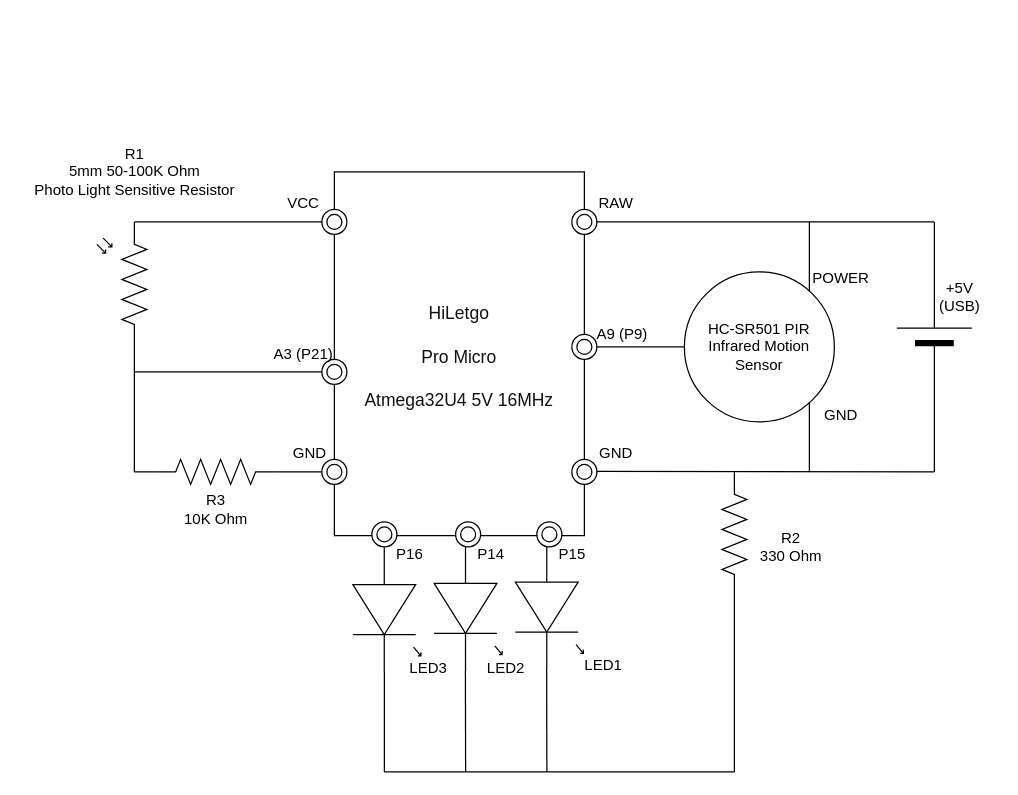
Before: docs/circuit-diagram.drawio in arabed/motion-night-light, a draw.io diagram. Source tidied: cells renumbered, new cells numbered last; positions are measured from the earlier drawing's top-left corner, leaving out a move shared by most shapes. Both pictures are drawn from the tidied source at 125%, with x=0, y=0 at pixel (21, 134).
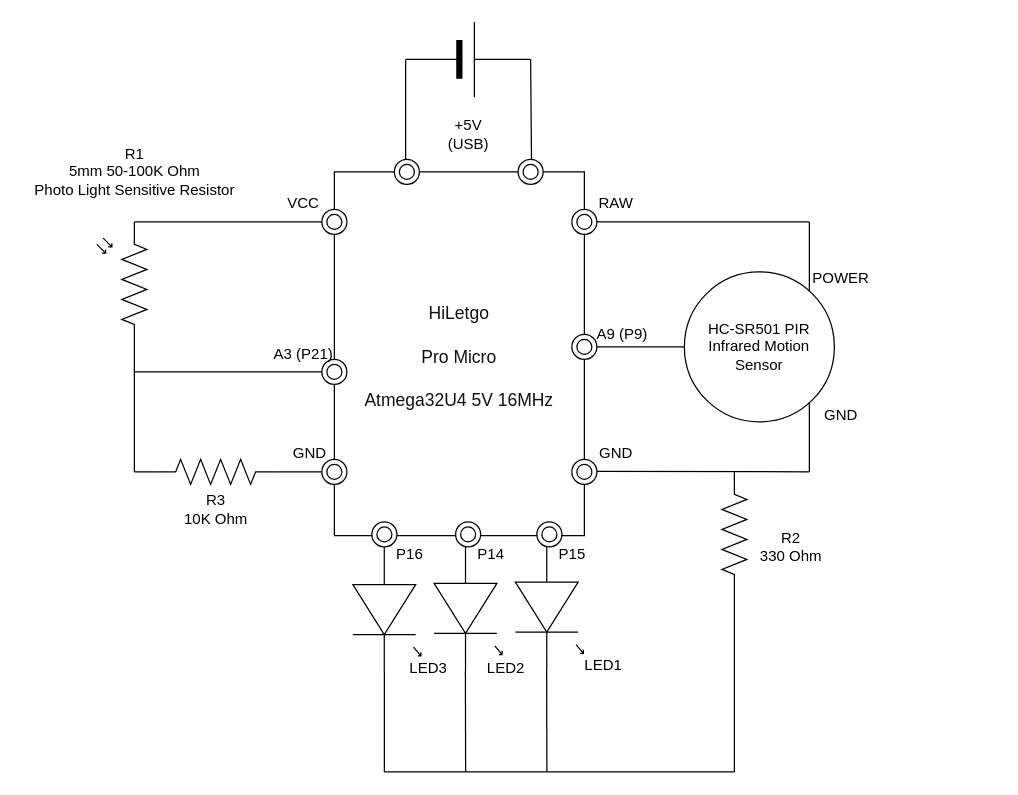
After the change.

Unchanged cells that the change refers to:
```xml
<mxCell id="3" value="&lt;h1 style=&quot;box-sizing: border-box; padding: 0px; margin-top: 0px; margin-right: 0px; margin-left: 0px; text-rendering: optimizelegibility; font-weight: 400; color: rgb(15, 17, 17); background-color: rgb(255, 255, 255); margin-bottom: 0px !important; line-height: 32px !important;&quot; class=&quot;a-size-large a-spacing-none&quot;&gt;&lt;span style=&quot;box-sizing: border-box; text-rendering: optimizelegibility; word-break: break-word; line-height: 32px !important;&quot; class=&quot;a-size-large product-title-word-break&quot; id=&quot;productTitle&quot;&gt;&lt;font style=&quot;font-size: 14px;&quot; face=&quot;Helvetica&quot;&gt;HiLetgo&lt;/font&gt;&lt;/span&gt;&lt;/h1&gt;&lt;h1 style=&quot;box-sizing: border-box; padding: 0px; margin-top: 0px; margin-right: 0px; margin-left: 0px; text-rendering: optimizelegibility; font-weight: 400; color: rgb(15, 17, 17); background-color: rgb(255, 255, 255); margin-bottom: 0px !important; line-height: 32px !important;&quot; class=&quot;a-size-large a-spacing-none&quot;&gt;&lt;span style=&quot;box-sizing: border-box; text-rendering: optimizelegibility; word-break: break-word; line-height: 32px !important;&quot; class=&quot;a-size-large product-title-word-break&quot;&gt;&lt;font style=&quot;font-size: 14px;&quot; face=&quot;Helvetica&quot;&gt;Pro Micro&lt;/font&gt;&lt;/span&gt;&lt;/h1&gt;&lt;h1 style=&quot;box-sizing: border-box; padding: 0px; margin-top: 0px; margin-right: 0px; margin-left: 0px; text-rendering: optimizelegibility; font-weight: 400; color: rgb(15, 17, 17); background-color: rgb(255, 255, 255); margin-bottom: 0px !important; line-height: 32px !important;&quot; class=&quot;a-size-large a-spacing-none&quot;&gt;&lt;span style=&quot;box-sizing: border-box; text-rendering: optimizelegibility; word-break: break-word; line-height: 32px !important;&quot; class=&quot;a-size-large product-title-word-break&quot;&gt;&lt;font style=&quot;font-size: 14px;&quot; face=&quot;Helvetica&quot;&gt;Atmega32U4 5V 16MHz&lt;/font&gt;&lt;/span&gt;&lt;/h1&gt;" style="rounded=0;whiteSpace=wrap;html=1;align=center;" parent="1" vertex="1">
  <mxGeometry x="250" y="30" width="200" height="291" as="geometry" />
</mxCell>
```

Diff of the diagram source:
```diff
@@
-    <mxCell id="4" style="verticalLabelPosition=bottom;shadow=0;dashed=0;align=center;fillColor=#000000;html=1;verticalAlign=top;strokeWidth=1;shape=mxgraph.electrical.miscellaneous.monocell_battery;rounded=1;comic=0;labelBackgroundColor=none;fontFamily=Verdana;fontSize=12;rotation=-90;" parent="1" vertex="1">
-      <mxGeometry x="680" y="130" width="100" height="60" as="geometry" />
+    <mxCell id="4" style="verticalLabelPosition=bottom;shadow=0;dashed=0;align=center;fillColor=#000000;html=1;verticalAlign=top;strokeWidth=1;shape=mxgraph.electrical.miscellaneous.monocell_battery;rounded=1;comic=0;labelBackgroundColor=none;fontFamily=Verdana;fontSize=12;rotation=0;" parent="1" vertex="1">
+      <mxGeometry x="307" y="-90" width="100" height="60" as="geometry" />
     </mxCell>
@@
     <mxCell id="6" style="endArrow=none;html=1;rounded=0;" parent="1" edge="1">
       <mxGeometry relative="1" as="geometry">
         <mxPoint x="452" y="70" as="sourcePoint" />
-        <mxPoint x="730" y="70" as="targetPoint" />
+        <mxPoint x="630" y="70" as="targetPoint" />
       </mxGeometry>
     </mxCell>
@@
-    <mxCell id="8" style="endArrow=none;html=1;rounded=0;" parent="1" edge="1" source="4">
-      <mxGeometry relative="1" as="geometry">
-        <mxPoint x="730" y="70" as="targetPoint" />
-      </mxGeometry>
-    </mxCell>
@@
-    <mxCell id="11" style="endArrow=none;html=1;rounded=0;entryX=0;entryY=0.5;entryDx=0;entryDy=0;entryPerimeter=0;" parent="1" edge="1" target="4">
-      <mxGeometry relative="1" as="geometry">
-        <mxPoint x="730" y="270" as="sourcePoint" />
-      </mxGeometry>
-    </mxCell>
@@
     <mxCell id="15" style="endArrow=none;html=1;rounded=0;" parent="1" edge="1">
       <mxGeometry relative="1" as="geometry">
         <mxPoint x="460" y="269.5" as="sourcePoint" />
-        <mxPoint x="730" y="270" as="targetPoint" />
+        <mxPoint x="630" y="270" as="targetPoint" />
       </mxGeometry>
     </mxCell>
     <mxCell id="16" value="+5V&lt;div&gt;(USB)&lt;/div&gt;" style="text;html=1;align=center;verticalAlign=middle;strokeColor=none;fillColor=none;" parent="1" vertex="1">
-      <mxGeometry x="720" y="110" width="60" height="40" as="geometry" />
+      <mxGeometry x="327" y="-20" width="60" height="40" as="geometry" />
     </mxCell>
@@
+    <mxCell id="55" style="endArrow=none;html=1;rounded=0;" parent="1" edge="1">
+      <mxGeometry relative="1" as="geometry">
+        <mxPoint x="307" y="30" as="sourcePoint" />
+        <mxPoint x="307" y="-60" as="targetPoint" />
+      </mxGeometry>
+    </mxCell>
+    <mxCell id="56" style="endArrow=none;html=1;rounded=0;exitX=0.789;exitY=0.006;exitDx=0;exitDy=0;entryX=1;entryY=0.5;entryDx=0;entryDy=0;entryPerimeter=0;exitPerimeter=0;" parent="1" edge="1" source="3" target="4">
+      <mxGeometry relative="1" as="geometry" />
+    </mxCell>
+    <mxCell id="57" style="ellipse;shape=doubleEllipse;whiteSpace=wrap;html=1;" parent="1" vertex="1">
+      <mxGeometry x="298" y="20" width="20" height="20" as="geometry" />
+    </mxCell>
+    <mxCell id="58" style="ellipse;shape=doubleEllipse;whiteSpace=wrap;html=1;" parent="1" vertex="1">
+      <mxGeometry x="397" y="20" width="20" height="20" as="geometry" />
+    </mxCell>
```
